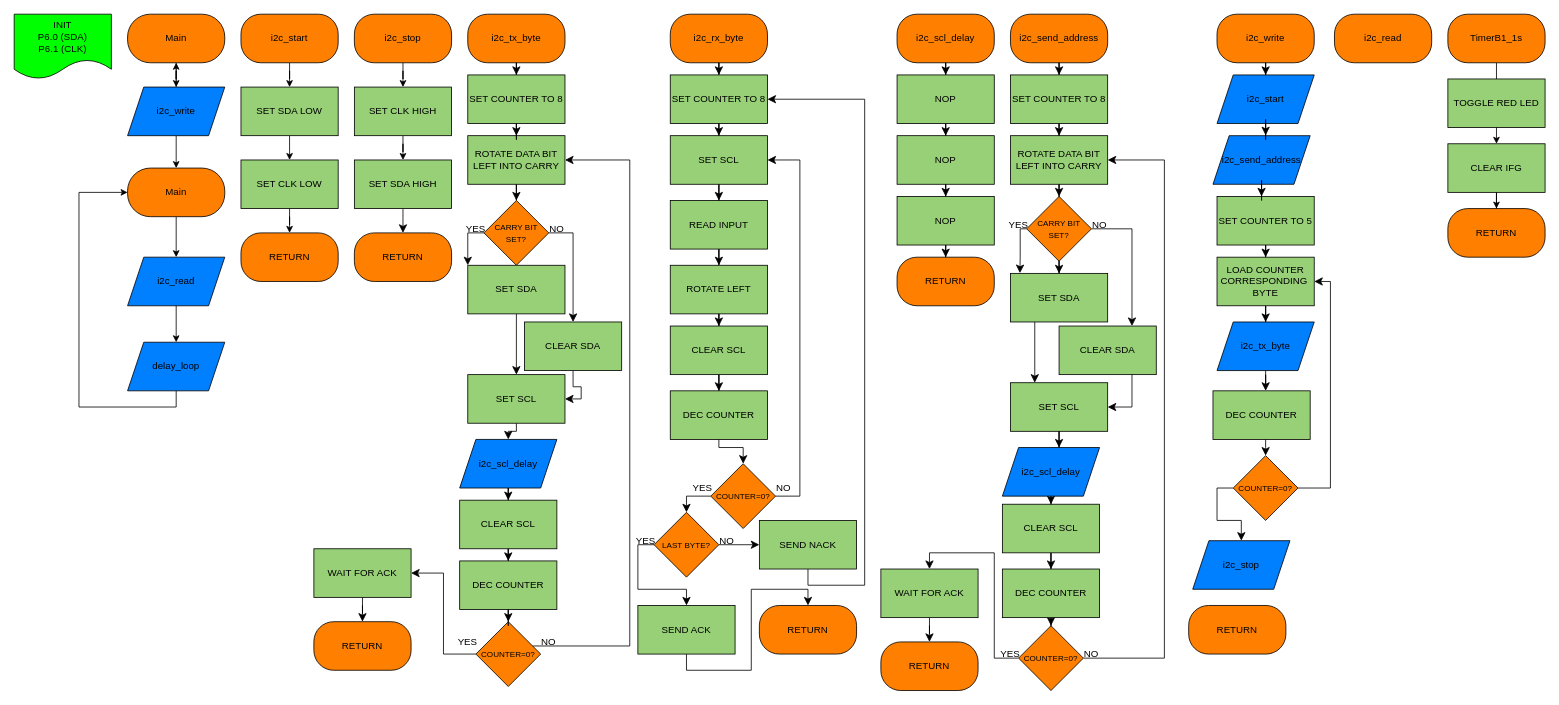
This is docs/assets/proj2-flowchart.drawio from msu-eele-465/project2-aaron-beau, a draw.io file, before an edit. Source tidied: cells renumbered, new cells numbered last; positions are measured from the earlier drawing's top-left corner, leaving out a move shared by most shapes. Both pictures are drawn from the tidied source at 81%, with x=0, y=0 at pixel (14, 14).
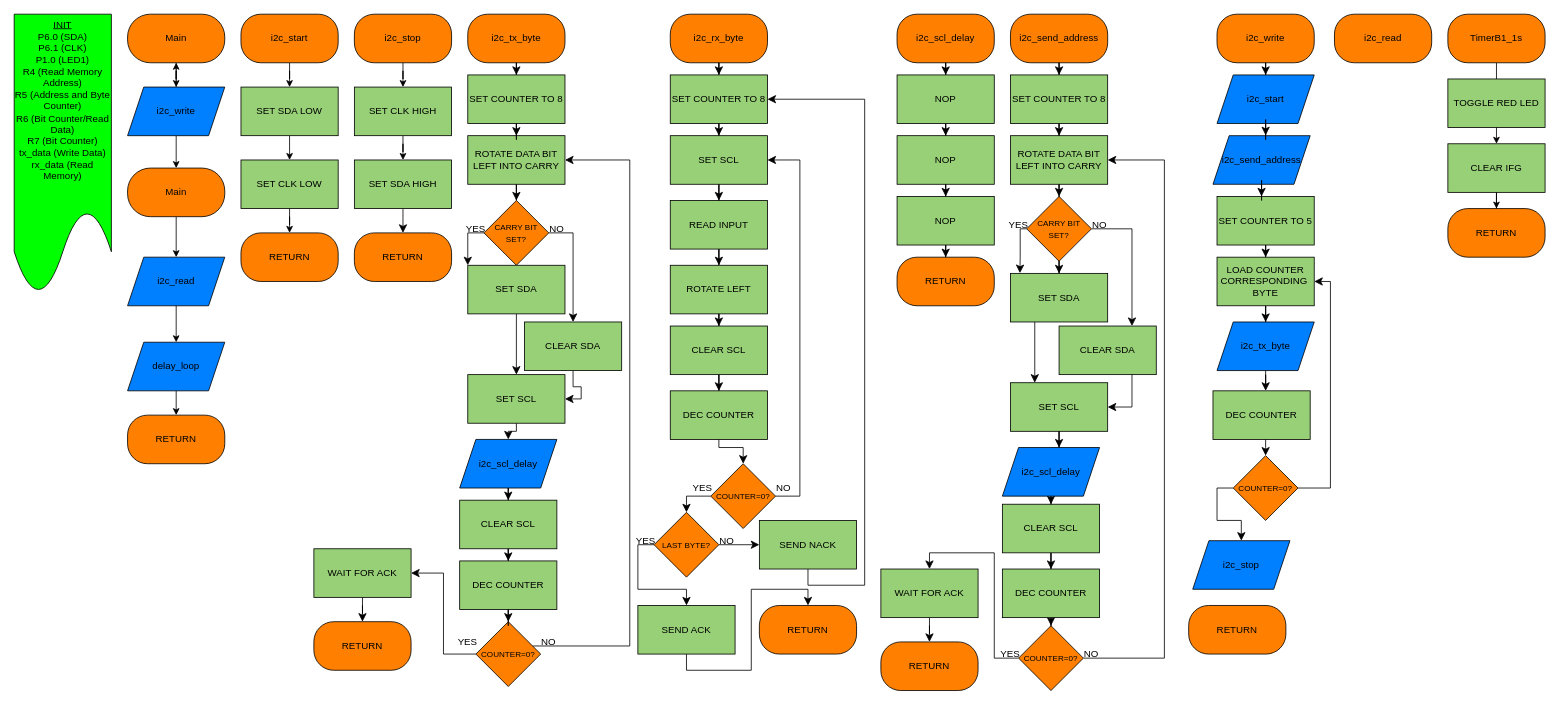
Above is the later version.

Commit message:
Innit Update Added all registers and memory locations that are used within the code.

The change refers to these unchanged cells:
```xml
<mxCell id="151" value="Main" style="rounded=1;whiteSpace=wrap;html=1;fillColor=#FF8000;arcSize=47;" parent="1" vertex="1">
  <mxGeometry x="140" y="190" width="120" height="60" as="geometry" />
</mxCell>
<mxCell id="153" value="delay_loop" style="shape=parallelogram;perimeter=parallelogramPerimeter;whiteSpace=wrap;html=1;fixedSize=1;fillColor=#007FFF;rounded=0;" parent="1" vertex="1">
  <mxGeometry x="140" y="405" width="120" height="60" as="geometry" />
</mxCell>
```

The edit, as a diff of the source:
```diff
@@
-    <mxCell id="2" value="INIT&lt;div&gt;P6.0 (SDA)&lt;/div&gt;&lt;div&gt;P6.1 (CLK)&lt;/div&gt;" style="shape=document;whiteSpace=wrap;html=1;boundedLbl=1;fillColor=#00FF00;rounded=0;" parent="1" vertex="1">
-      <mxGeometry width="120" height="80" as="geometry" />
+    <mxCell id="2" value="&lt;u&gt;INIT&lt;/u&gt;&lt;div&gt;P6.0 (SDA)&lt;/div&gt;&lt;div&gt;P6.1 (CLK)&lt;/div&gt;&lt;div&gt;P1.0 (LED1)&lt;/div&gt;&lt;div&gt;R4 (Read Memory Address)&lt;/div&gt;&lt;div&gt;R5 (Address and Byte Counter)&lt;/div&gt;&lt;div&gt;R6&lt;span style=&quot;background-color: transparent; color: light-dark(rgb(0, 0, 0), rgb(255, 255, 255));&quot;&gt;&amp;nbsp;(Bit Counter/Read Data)&lt;/span&gt;&lt;/div&gt;&lt;div&gt;&lt;span style=&quot;background-color: transparent; color: light-dark(rgb(0, 0, 0), rgb(255, 255, 255));&quot;&gt;R7 (Bit Counter)&lt;/span&gt;&lt;/div&gt;&lt;div&gt;&lt;span style=&quot;background-color: transparent; color: light-dark(rgb(0, 0, 0), rgb(255, 255, 255));&quot;&gt;tx_data (Write Data)&lt;/span&gt;&lt;/div&gt;&lt;div&gt;&lt;span style=&quot;background-color: transparent; color: light-dark(rgb(0, 0, 0), rgb(255, 255, 255));&quot;&gt;rx_data (Read Memory)&lt;/span&gt;&lt;/div&gt;&lt;div&gt;&lt;br&gt;&lt;/div&gt;&lt;div&gt;&lt;br&gt;&lt;/div&gt;" style="shape=document;whiteSpace=wrap;html=1;boundedLbl=1;fillColor=#00FF00;rounded=0;" parent="1" vertex="1">
+      <mxGeometry width="120" height="345" as="geometry" />
     </mxCell>
@@
-    <mxCell id="152" style="edgeStyle=orthogonalEdgeStyle;rounded=0;jettySize=auto;html=1;exitX=0.5;exitY=1;exitDx=0;exitDy=0;entryX=0;entryY=0.5;entryDx=0;entryDy=0;" parent="1" edge="1" source="153" target="151">
-      <mxGeometry relative="1" as="geometry">
-        <Array as="points">
-          <mxPoint x="200" y="485" />
-          <mxPoint x="80" y="485" />
-          <mxPoint x="80" y="220" />
-        </Array>
-      </mxGeometry>
-    </mxCell>
+    <mxCell id="156" style="edgeStyle=orthogonalEdgeStyle;rounded=0;jettySize=auto;html=1;exitX=0.5;exitY=1;exitDx=0;exitDy=0;entryX=0.5;entryY=0;entryDx=0;entryDy=0;" parent="1" edge="1" source="153" target="157">
+      <mxGeometry relative="1" as="geometry" />
+    </mxCell>
@@
+    <mxCell id="157" value="RETURN" style="rounded=1;whiteSpace=wrap;html=1;fillColor=#FF8000;arcSize=41;" parent="1" vertex="1">
+      <mxGeometry x="140" y="495" width="120" height="60" as="geometry" />
+    </mxCell>
```
